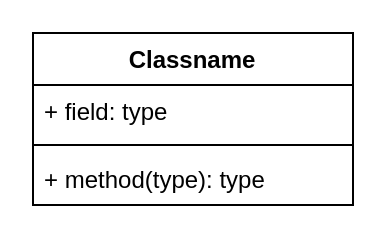
Above: Untitled Diagram.drawio in shaojiewang/ait_learn (draw.io), before the change. Source tidied: cells renumbered, new cells numbered last; positions are measured from the earlier drawing's top-left corner, leaving out a move shared by most shapes. Both pictures are drawn from the tidied source at 200%, with x=0, y=0 at pixel (32, 32).
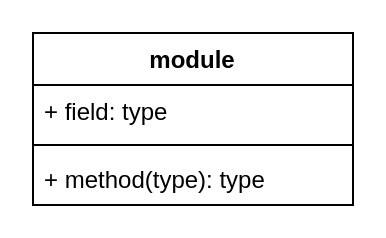
The same diagram, later.

Commit message:
ait code Diagram.drawio

What changed in the source:
```diff
@@
 <mxGraphModel>
   <root>
     <mxCell id="0" />
     <mxCell id="1" parent="0" />
-    <mxCell id="2" value="Classname" style="swimlane;fontStyle=1;align=center;verticalAlign=top;horizontal=1;startSize=26;" parent="1" vertex="1">
+    <mxCell id="2" value="module" style="swimlane;fontStyle=1;align=center;verticalAlign=top;horizontal=1;startSize=26;" parent="1" vertex="1">
       <mxGeometry width="160" height="86" as="geometry" />
     </mxCell>
     <mxCell id="3" value="+ field: type" style="text;strokeColor=none;fillColor=none;align=left;verticalAlign=top;spacingLeft=4;spacingRight=4;overflow=hidden;" parent="2" vertex="1">
       <mxGeometry y="26" width="160" height="26" as="geometry" />
     </mxCell>
     <mxCell id="4" style="line;strokeWidth=1;fillColor=none;align=left;verticalAlign=middle;spacingTop=-1;spacingLeft=3;spacingRight=3;labelPosition=right;strokeColor=inherit;" parent="2" vertex="1">
       <mxGeometry y="52" width="160" height="8" as="geometry" />
     </mxCell>
     <mxCell id="5" value="+ method(type): type" style="text;strokeColor=none;fillColor=none;align=left;verticalAlign=top;spacingLeft=4;spacingRight=4;overflow=hidden;" parent="2" vertex="1">
       <mxGeometry y="60" width="160" height="26" as="geometry" />
     </mxCell>
   </root>
 </mxGraphModel>
```
